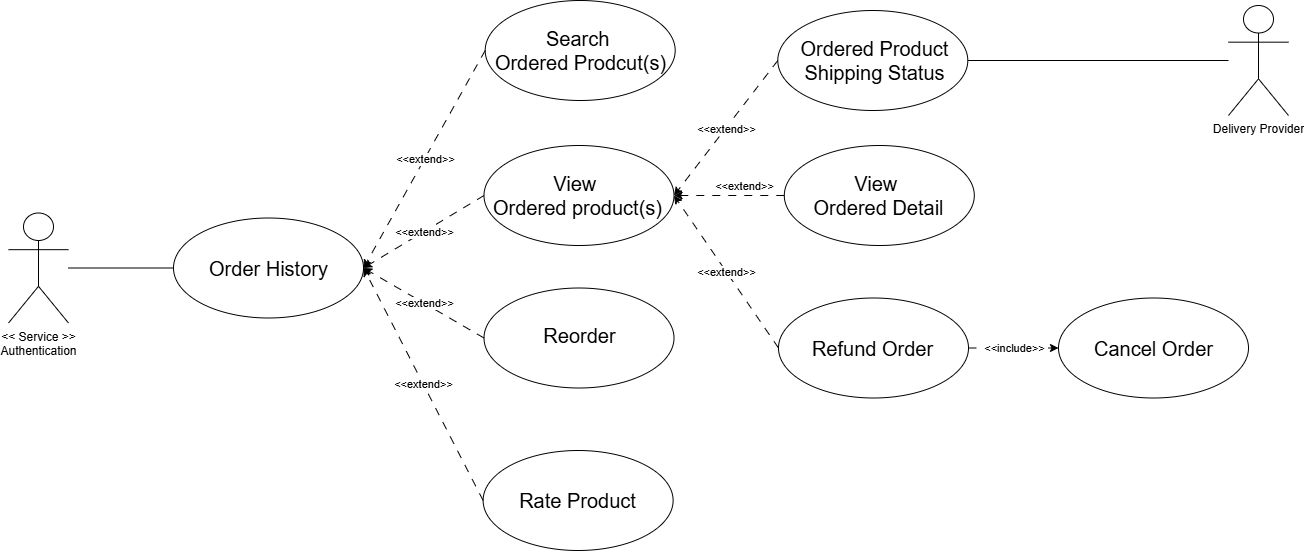
Above: docs/usecases/detailed/order_history.drawio.png in Thu-sunrise/cloud_computing (draw.io), before the change. Source tidied: cells renumbered, new cells last; positions are measured from the earlier drawing's top-left corner, leaving out a move shared by most shapes. The source it was exported from:
```xml
<mxGraphModel>
  <root>
    <mxCell id="0" />
    <mxCell id="1" parent="0" />
    <mxCell id="2" style="ellipse;whiteSpace=wrap;html=1;" parent="1" vertex="1">
      <mxGeometry x="165" y="217.5" width="190" height="100" as="geometry" />
    </mxCell>
    <mxCell id="3" style="ellipse;whiteSpace=wrap;html=1;" parent="1" vertex="1">
      <mxGeometry x="475.5" y="145" width="190" height="100" as="geometry" />
    </mxCell>
    <mxCell id="4" value="View&amp;nbsp;&lt;div&gt;Ordered product(s)&lt;/div&gt;" style="text;html=1;align=center;verticalAlign=middle;whiteSpace=wrap;rounded=0;fontSize=20;" parent="1" vertex="1">
      <mxGeometry x="479.6" y="182.5" width="178.6" height="25" as="geometry" />
    </mxCell>
    <mxCell id="5" style="ellipse;whiteSpace=wrap;html=1;" parent="1" vertex="1">
      <mxGeometry x="475.5" y="287.5" width="190" height="100" as="geometry" />
    </mxCell>
    <mxCell id="6" style="ellipse;whiteSpace=wrap;html=1;" parent="1" vertex="1">
      <mxGeometry x="476.7" width="190" height="100" as="geometry" />
    </mxCell>
    <mxCell id="7" value="Search&amp;nbsp;&lt;div&gt;Ordered Prodcut(s)&lt;/div&gt;" style="text;html=1;align=center;verticalAlign=middle;whiteSpace=wrap;rounded=0;fontSize=20;" parent="1" vertex="1">
      <mxGeometry x="483.6" y="38.8" width="177.2" height="22.5" as="geometry" />
    </mxCell>
    <mxCell id="8" style="endArrow=classic;html=1;rounded=0;exitX=0;exitY=0.5;exitDx=0;exitDy=0;entryX=1;entryY=0.5;entryDx=0;entryDy=0;dashed=1;dashPattern=8 8;" parent="1" edge="1" source="6" target="2">
      <mxGeometry relative="1" as="geometry" />
    </mxCell>
    <mxCell id="9" value="&amp;lt;&amp;lt;extend&amp;gt;&amp;gt;" style="edgeLabel;html=1;align=center;verticalAlign=middle;" parent="8" vertex="1">
      <mxGeometry relative="1" as="geometry" />
    </mxCell>
    <mxCell id="10" style="endArrow=classic;html=1;rounded=0;exitX=0;exitY=0.5;exitDx=0;exitDy=0;entryX=1;entryY=0.5;entryDx=0;entryDy=0;dashed=1;dashPattern=8 8;" parent="1" edge="1" source="3" target="2">
      <mxGeometry relative="1" as="geometry" />
    </mxCell>
    <mxCell id="11" value="&amp;lt;&amp;lt;extend&amp;gt;&amp;gt;" style="edgeLabel;html=1;align=center;verticalAlign=middle;" parent="10" vertex="1">
      <mxGeometry relative="1" as="geometry" />
    </mxCell>
    <mxCell id="12" style="endArrow=classic;html=1;rounded=0;exitX=0;exitY=0.5;exitDx=0;exitDy=0;dashed=1;dashPattern=8 8;entryX=1;entryY=0.5;entryDx=0;entryDy=0;" parent="1" edge="1" source="5" target="2">
      <mxGeometry relative="1" as="geometry" />
    </mxCell>
    <mxCell id="13" value="&amp;lt;&amp;lt;extend&amp;gt;&amp;gt;" style="edgeLabel;html=1;align=center;verticalAlign=middle;" parent="12" vertex="1">
      <mxGeometry relative="1" as="geometry" />
    </mxCell>
    <mxCell id="14" style="rounded=0;jettySize=auto;html=1;entryX=0;entryY=0.5;entryDx=0;entryDy=0;endArrow=none;endFill=0;" parent="1" edge="1" source="31" target="2">
      <mxGeometry relative="1" as="geometry" />
    </mxCell>
    <mxCell id="15" style="ellipse;whiteSpace=wrap;html=1;" parent="1" vertex="1">
      <mxGeometry x="769.3" y="10" width="190" height="100" as="geometry" />
    </mxCell>
    <mxCell id="16" style="ellipse;whiteSpace=wrap;html=1;" parent="1" vertex="1">
      <mxGeometry x="775.8" y="145" width="190" height="100" as="geometry" />
    </mxCell>
    <mxCell id="17" style="ellipse;whiteSpace=wrap;html=1;" parent="1" vertex="1">
      <mxGeometry x="770" y="297.5" width="190" height="100" as="geometry" />
    </mxCell>
    <mxCell id="18" style="endArrow=classic;html=1;rounded=0;exitX=0;exitY=0.5;exitDx=0;exitDy=0;entryX=1;entryY=0.5;entryDx=0;entryDy=0;dashed=1;dashPattern=8 8;" parent="1" edge="1" source="15" target="3">
      <mxGeometry relative="1" as="geometry" />
    </mxCell>
    <mxCell id="19" value="&amp;lt;&amp;lt;extend&amp;gt;&amp;gt;" style="edgeLabel;html=1;align=center;verticalAlign=middle;" parent="18" vertex="1">
      <mxGeometry relative="1" as="geometry" />
    </mxCell>
    <mxCell id="20" style="endArrow=classic;html=1;rounded=0;entryX=1;entryY=0.5;entryDx=0;entryDy=0;dashed=1;dashPattern=8 8;exitX=0;exitY=0.5;exitDx=0;exitDy=0;" parent="1" edge="1" source="16" target="3">
      <mxGeometry relative="1" as="geometry" />
    </mxCell>
    <mxCell id="21" value="&amp;lt;&amp;lt;extend&amp;gt;&amp;gt;" style="edgeLabel;html=1;align=center;verticalAlign=middle;" parent="20" vertex="1">
      <mxGeometry relative="1" as="geometry">
        <mxPoint x="15" y="-10" as="offset" />
      </mxGeometry>
    </mxCell>
    <mxCell id="22" style="endArrow=classic;html=1;rounded=0;exitX=0;exitY=0.5;exitDx=0;exitDy=0;entryX=1;entryY=0.5;entryDx=0;entryDy=0;dashed=1;dashPattern=8 8;" parent="1" edge="1" source="17" target="3">
      <mxGeometry relative="1" as="geometry" />
    </mxCell>
    <mxCell id="23" value="&amp;lt;&amp;lt;extend&amp;gt;&amp;gt;" style="edgeLabel;html=1;align=center;verticalAlign=middle;" parent="22" vertex="1">
      <mxGeometry relative="1" as="geometry" />
    </mxCell>
    <mxCell id="24" style="ellipse;whiteSpace=wrap;html=1;" parent="1" vertex="1">
      <mxGeometry x="474.6" y="450" width="190" height="100" as="geometry" />
    </mxCell>
    <mxCell id="25" style="endArrow=classic;html=1;rounded=0;exitX=0;exitY=0.5;exitDx=0;exitDy=0;dashed=1;dashPattern=8 8;entryX=1;entryY=0.5;entryDx=0;entryDy=0;" parent="1" edge="1" source="24" target="2">
      <mxGeometry relative="1" as="geometry" />
    </mxCell>
    <mxCell id="26" value="&amp;lt;&amp;lt;extend&amp;gt;&amp;gt;" style="edgeLabel;html=1;align=center;verticalAlign=middle;" parent="25" vertex="1">
      <mxGeometry relative="1" as="geometry" />
    </mxCell>
    <mxCell id="27" style="rounded=0;jettySize=auto;html=1;entryX=1;entryY=0.5;entryDx=0;entryDy=0;endArrow=none;endFill=0;" parent="1" edge="1" source="39" target="15">
      <mxGeometry relative="1" as="geometry" />
    </mxCell>
    <mxCell id="28" style="ellipse;whiteSpace=wrap;html=1;" parent="1" vertex="1">
      <mxGeometry x="1050" y="297.5" width="190" height="100" as="geometry" />
    </mxCell>
    <mxCell id="29" style="endArrow=classic;html=1;rounded=0;entryX=0;entryY=0.5;entryDx=0;entryDy=0;dashed=1;dashPattern=8 8;exitX=1;exitY=0.5;exitDx=0;exitDy=0;" parent="1" edge="1" source="17" target="28">
      <mxGeometry relative="1" as="geometry" />
    </mxCell>
    <mxCell id="30" value="&amp;lt;&amp;lt;include&amp;gt;&amp;gt;" style="edgeLabel;html=1;align=center;verticalAlign=middle;" parent="29" vertex="1">
      <mxGeometry relative="1" as="geometry" />
    </mxCell>
    <mxCell id="31" value="&lt;div&gt;&amp;lt;&amp;lt; Service &amp;gt;&amp;gt;&lt;/div&gt;&lt;div&gt;Authentication&lt;/div&gt;" style="shape=umlActor;verticalLabelPosition=bottom;verticalAlign=top;html=1;outlineConnect=0;" parent="1" vertex="1">
      <mxGeometry y="212.5" width="60" height="110" as="geometry" />
    </mxCell>
    <mxCell id="32" value="Order History" style="text;html=1;align=center;verticalAlign=middle;whiteSpace=wrap;rounded=0;fontSize=20;" parent="1" vertex="1">
      <mxGeometry x="170.7" y="255" width="178.6" height="25" as="geometry" />
    </mxCell>
    <mxCell id="33" value="Reorder" style="text;html=1;align=center;verticalAlign=middle;whiteSpace=wrap;rounded=0;fontSize=20;" parent="1" vertex="1">
      <mxGeometry x="482.4" y="322.5" width="178.6" height="25" as="geometry" />
    </mxCell>
    <mxCell id="34" value="Rate Product" style="text;html=1;align=center;verticalAlign=middle;whiteSpace=wrap;rounded=0;fontSize=20;" parent="1" vertex="1">
      <mxGeometry x="479.8" y="487.5" width="178.6" height="25" as="geometry" />
    </mxCell>
    <mxCell id="35" value="Ordered Product Shipping Status" style="text;html=1;align=center;verticalAlign=middle;whiteSpace=wrap;rounded=0;fontSize=20;" parent="1" vertex="1">
      <mxGeometry x="776.7" y="47.5" width="178.6" height="25" as="geometry" />
    </mxCell>
    <mxCell id="36" value="View&amp;nbsp;&lt;div&gt;Ordered Detail&lt;/div&gt;" style="text;html=1;align=center;verticalAlign=middle;whiteSpace=wrap;rounded=0;fontSize=20;" parent="1" vertex="1">
      <mxGeometry x="781.5" y="182.5" width="178.6" height="25" as="geometry" />
    </mxCell>
    <mxCell id="37" value="Refund Order" style="text;html=1;align=center;verticalAlign=middle;whiteSpace=wrap;rounded=0;fontSize=20;" parent="1" vertex="1">
      <mxGeometry x="775" y="335" width="178.6" height="25" as="geometry" />
    </mxCell>
    <mxCell id="38" value="Cancel Order" style="text;html=1;align=center;verticalAlign=middle;whiteSpace=wrap;rounded=0;fontSize=20;" parent="1" vertex="1">
      <mxGeometry x="1055.7" y="335" width="178.6" height="25" as="geometry" />
    </mxCell>
    <mxCell id="39" value="&lt;div&gt;Delivery Provider&lt;/div&gt;" style="shape=umlActor;verticalLabelPosition=bottom;verticalAlign=top;html=1;outlineConnect=0;" parent="1" vertex="1">
      <mxGeometry x="1220" y="5" width="60" height="110" as="geometry" />
    </mxCell>
  </root>
</mxGraphModel>
```
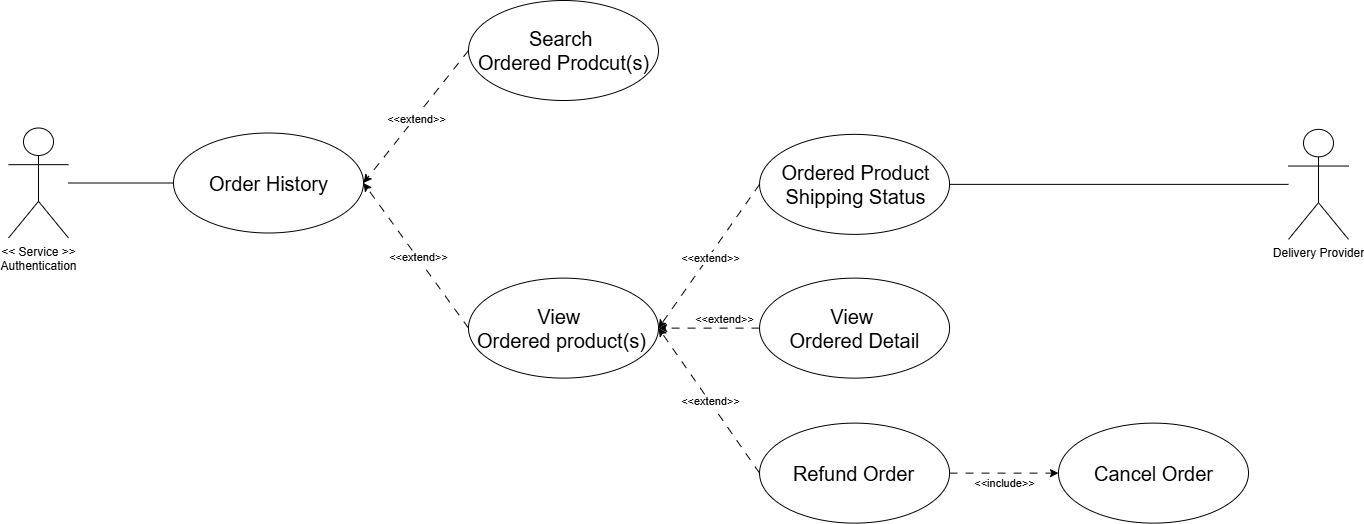
Above is the later version.

Commit message:
adjust order_history

The edit, as a diff of the source:
```diff
@@ -6,19 +6,16 @@
       <mxGeometry x="165" y="217.5" width="190" height="100" as="geometry" />
     </mxCell>
     <mxCell id="3" style="ellipse;whiteSpace=wrap;html=1;" parent="1" vertex="1">
-      <mxGeometry x="475.5" y="145" width="190" height="100" as="geometry" />
+      <mxGeometry x="460" y="362.6" width="190" height="100" as="geometry" />
     </mxCell>
     <mxCell id="4" value="View&amp;nbsp;&lt;div&gt;Ordered product(s)&lt;/div&gt;" style="text;html=1;align=center;verticalAlign=middle;whiteSpace=wrap;rounded=0;fontSize=20;" parent="1" vertex="1">
-      <mxGeometry x="479.6" y="182.5" width="178.6" height="25" as="geometry" />
+      <mxGeometry x="464.1" y="400.1" width="178.6" height="25" as="geometry" />
     </mxCell>
-    <mxCell id="5" style="ellipse;whiteSpace=wrap;html=1;" parent="1" vertex="1">
-      <mxGeometry x="475.5" y="287.5" width="190" height="100" as="geometry" />
-    </mxCell>
     <mxCell id="6" style="ellipse;whiteSpace=wrap;html=1;" parent="1" vertex="1">
-      <mxGeometry x="476.7" width="190" height="100" as="geometry" />
+      <mxGeometry x="460" y="85" width="190" height="100" as="geometry" />
     </mxCell>
     <mxCell id="7" value="Search&amp;nbsp;&lt;div&gt;Ordered Prodcut(s)&lt;/div&gt;" style="text;html=1;align=center;verticalAlign=middle;whiteSpace=wrap;rounded=0;fontSize=20;" parent="1" vertex="1">
-      <mxGeometry x="483.6" y="38.8" width="177.2" height="22.5" as="geometry" />
+      <mxGeometry x="466.9" y="123.8" width="177.2" height="22.5" as="geometry" />
     </mxCell>
     <mxCell id="8" style="endArrow=classic;html=1;rounded=0;exitX=0;exitY=0.5;exitDx=0;exitDy=0;entryX=1;entryY=0.5;entryDx=0;entryDy=0;dashed=1;dashPattern=8 8;" parent="1" edge="1" source="6" target="2">
       <mxGeometry relative="1" as="geometry" />
@@ -32,23 +29,17 @@
     <mxCell id="11" value="&amp;lt;&amp;lt;extend&amp;gt;&amp;gt;" style="edgeLabel;html=1;align=center;verticalAlign=middle;" parent="10" vertex="1">
       <mxGeometry relative="1" as="geometry" />
     </mxCell>
-    <mxCell id="12" style="endArrow=classic;html=1;rounded=0;exitX=0;exitY=0.5;exitDx=0;exitDy=0;dashed=1;dashPattern=8 8;entryX=1;entryY=0.5;entryDx=0;entryDy=0;" parent="1" edge="1" source="5" target="2">
-      <mxGeometry relative="1" as="geometry" />
-    </mxCell>
-    <mxCell id="13" value="&amp;lt;&amp;lt;extend&amp;gt;&amp;gt;" style="edgeLabel;html=1;align=center;verticalAlign=middle;" parent="12" vertex="1">
-      <mxGeometry relative="1" as="geometry" />
-    </mxCell>
     <mxCell id="14" style="rounded=0;jettySize=auto;html=1;entryX=0;entryY=0.5;entryDx=0;entryDy=0;endArrow=none;endFill=0;" parent="1" edge="1" source="31" target="2">
       <mxGeometry relative="1" as="geometry" />
     </mxCell>
     <mxCell id="15" style="ellipse;whiteSpace=wrap;html=1;" parent="1" vertex="1">
-      <mxGeometry x="769.3" y="10" width="190" height="100" as="geometry" />
+      <mxGeometry x="751.1" y="218.9" width="190" height="100" as="geometry" />
     </mxCell>
     <mxCell id="16" style="ellipse;whiteSpace=wrap;html=1;" parent="1" vertex="1">
-      <mxGeometry x="775.8" y="145" width="190" height="100" as="geometry" />
+      <mxGeometry x="751.1" y="362.6" width="190" height="100" as="geometry" />
     </mxCell>
     <mxCell id="17" style="ellipse;whiteSpace=wrap;html=1;" parent="1" vertex="1">
-      <mxGeometry x="770" y="297.5" width="190" height="100" as="geometry" />
+      <mxGeometry x="751.1" y="507.6" width="190" height="100" as="geometry" />
     </mxCell>
     <mxCell id="18" style="endArrow=classic;html=1;rounded=0;exitX=0;exitY=0.5;exitDx=0;exitDy=0;entryX=1;entryY=0.5;entryDx=0;entryDy=0;dashed=1;dashPattern=8 8;" parent="1" edge="1" source="15" target="3">
       <mxGeometry relative="1" as="geometry" />
@@ -70,26 +61,19 @@
     <mxCell id="23" value="&amp;lt;&amp;lt;extend&amp;gt;&amp;gt;" style="edgeLabel;html=1;align=center;verticalAlign=middle;" parent="22" vertex="1">
       <mxGeometry relative="1" as="geometry" />
     </mxCell>
-    <mxCell id="24" style="ellipse;whiteSpace=wrap;html=1;" parent="1" vertex="1">
-      <mxGeometry x="474.6" y="450" width="190" height="100" as="geometry" />
-    </mxCell>
-    <mxCell id="25" style="endArrow=classic;html=1;rounded=0;exitX=0;exitY=0.5;exitDx=0;exitDy=0;dashed=1;dashPattern=8 8;entryX=1;entryY=0.5;entryDx=0;entryDy=0;" parent="1" edge="1" source="24" target="2">
-      <mxGeometry relative="1" as="geometry" />
-    </mxCell>
-    <mxCell id="26" value="&amp;lt;&amp;lt;extend&amp;gt;&amp;gt;" style="edgeLabel;html=1;align=center;verticalAlign=middle;" parent="25" vertex="1">
-      <mxGeometry relative="1" as="geometry" />
-    </mxCell>
     <mxCell id="27" style="rounded=0;jettySize=auto;html=1;entryX=1;entryY=0.5;entryDx=0;entryDy=0;endArrow=none;endFill=0;" parent="1" edge="1" source="39" target="15">
       <mxGeometry relative="1" as="geometry" />
     </mxCell>
     <mxCell id="28" style="ellipse;whiteSpace=wrap;html=1;" parent="1" vertex="1">
-      <mxGeometry x="1050" y="297.5" width="190" height="100" as="geometry" />
+      <mxGeometry x="1050" y="507.6" width="190" height="100" as="geometry" />
     </mxCell>
     <mxCell id="29" style="endArrow=classic;html=1;rounded=0;entryX=0;entryY=0.5;entryDx=0;entryDy=0;dashed=1;dashPattern=8 8;exitX=1;exitY=0.5;exitDx=0;exitDy=0;" parent="1" edge="1" source="17" target="28">
       <mxGeometry relative="1" as="geometry" />
     </mxCell>
     <mxCell id="30" value="&amp;lt;&amp;lt;include&amp;gt;&amp;gt;" style="edgeLabel;html=1;align=center;verticalAlign=middle;" parent="29" vertex="1">
-      <mxGeometry relative="1" as="geometry" />
+      <mxGeometry relative="1" as="geometry">
+        <mxPoint x="-1" y="9" as="offset" />
+      </mxGeometry>
     </mxCell>
     <mxCell id="31" value="&lt;div&gt;&amp;lt;&amp;lt; Service &amp;gt;&amp;gt;&lt;/div&gt;&lt;div&gt;Authentication&lt;/div&gt;" style="shape=umlActor;verticalLabelPosition=bottom;verticalAlign=top;html=1;outlineConnect=0;" parent="1" vertex="1">
       <mxGeometry y="212.5" width="60" height="110" as="geometry" />
@@ -97,26 +81,20 @@
     <mxCell id="32" value="Order History" style="text;html=1;align=center;verticalAlign=middle;whiteSpace=wrap;rounded=0;fontSize=20;" parent="1" vertex="1">
       <mxGeometry x="170.7" y="255" width="178.6" height="25" as="geometry" />
     </mxCell>
-    <mxCell id="33" value="Reorder" style="text;html=1;align=center;verticalAlign=middle;whiteSpace=wrap;rounded=0;fontSize=20;" parent="1" vertex="1">
-      <mxGeometry x="482.4" y="322.5" width="178.6" height="25" as="geometry" />
-    </mxCell>
-    <mxCell id="34" value="Rate Product" style="text;html=1;align=center;verticalAlign=middle;whiteSpace=wrap;rounded=0;fontSize=20;" parent="1" vertex="1">
-      <mxGeometry x="479.8" y="487.5" width="178.6" height="25" as="geometry" />
-    </mxCell>
     <mxCell id="35" value="Ordered Product Shipping Status" style="text;html=1;align=center;verticalAlign=middle;whiteSpace=wrap;rounded=0;fontSize=20;" parent="1" vertex="1">
-      <mxGeometry x="776.7" y="47.5" width="178.6" height="25" as="geometry" />
+      <mxGeometry x="758.5" y="256.4" width="178.6" height="25" as="geometry" />
     </mxCell>
     <mxCell id="36" value="View&amp;nbsp;&lt;div&gt;Ordered Detail&lt;/div&gt;" style="text;html=1;align=center;verticalAlign=middle;whiteSpace=wrap;rounded=0;fontSize=20;" parent="1" vertex="1">
-      <mxGeometry x="781.5" y="182.5" width="178.6" height="25" as="geometry" />
+      <mxGeometry x="756.8" y="400.1" width="178.6" height="25" as="geometry" />
     </mxCell>
     <mxCell id="37" value="Refund Order" style="text;html=1;align=center;verticalAlign=middle;whiteSpace=wrap;rounded=0;fontSize=20;" parent="1" vertex="1">
-      <mxGeometry x="775" y="335" width="178.6" height="25" as="geometry" />
+      <mxGeometry x="756" y="545.1" width="178.6" height="25" as="geometry" />
     </mxCell>
     <mxCell id="38" value="Cancel Order" style="text;html=1;align=center;verticalAlign=middle;whiteSpace=wrap;rounded=0;fontSize=20;" parent="1" vertex="1">
-      <mxGeometry x="1055.7" y="335" width="178.6" height="25" as="geometry" />
+      <mxGeometry x="1055.7" y="545.1" width="178.6" height="25" as="geometry" />
     </mxCell>
     <mxCell id="39" value="&lt;div&gt;Delivery Provider&lt;/div&gt;" style="shape=umlActor;verticalLabelPosition=bottom;verticalAlign=top;html=1;outlineConnect=0;" parent="1" vertex="1">
-      <mxGeometry x="1220" y="5" width="60" height="110" as="geometry" />
+      <mxGeometry x="1280" y="213.9" width="60" height="110" as="geometry" />
     </mxCell>
   </root>
 </mxGraphModel>
```
